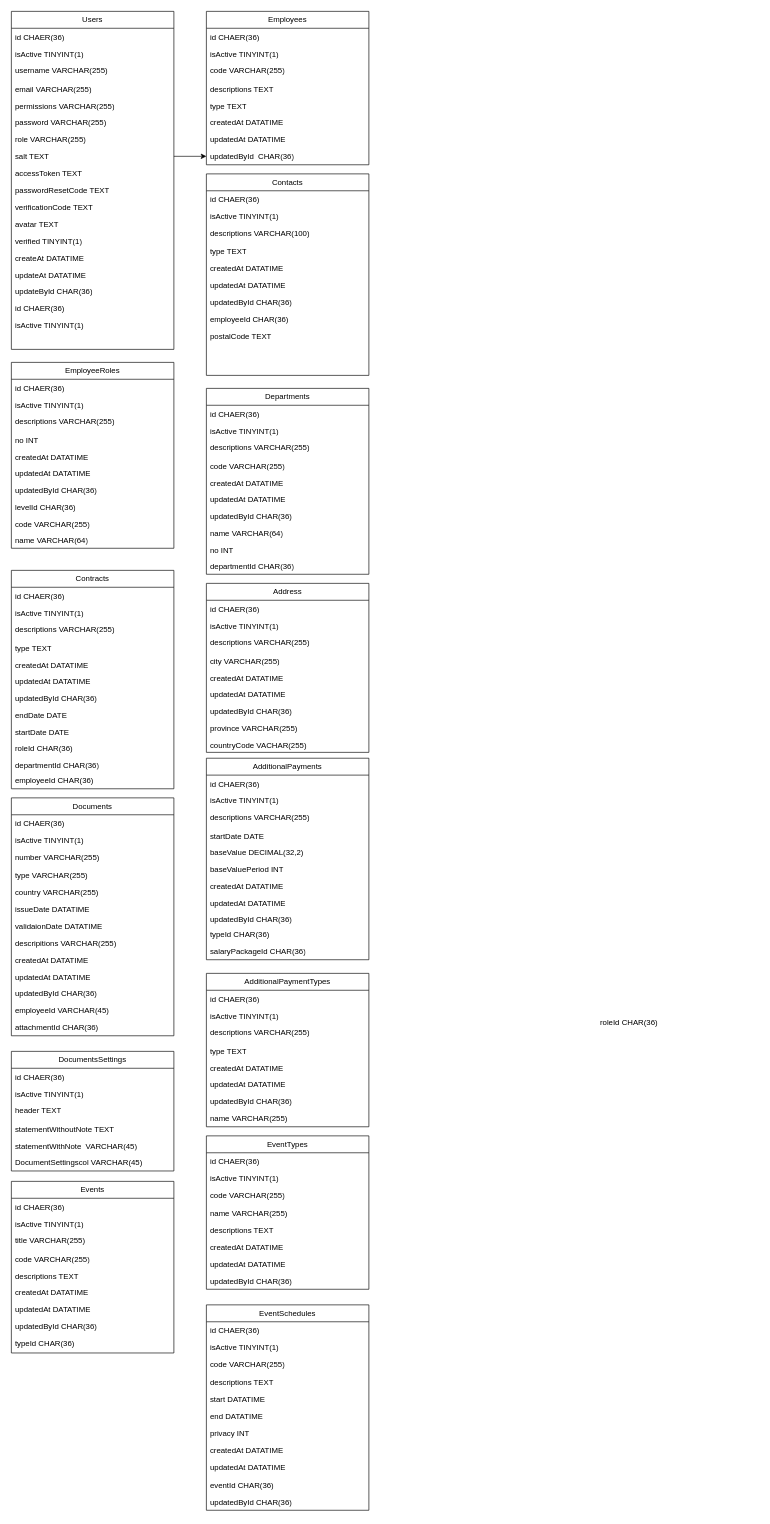
This is page "Diagrama de dados" (1 of 3) of data/docs.drawio from Hiperbite/nova_rh_srv, a draw.io file, before an edit. Source tidied: cells renumbered, new cells numbered last; positions are measured from the earlier drawing's top-left corner, leaving out a move shared by most shapes. Both pictures are drawn from the tidied source at 65%, with x=0, y=0 at pixel (11, 11).
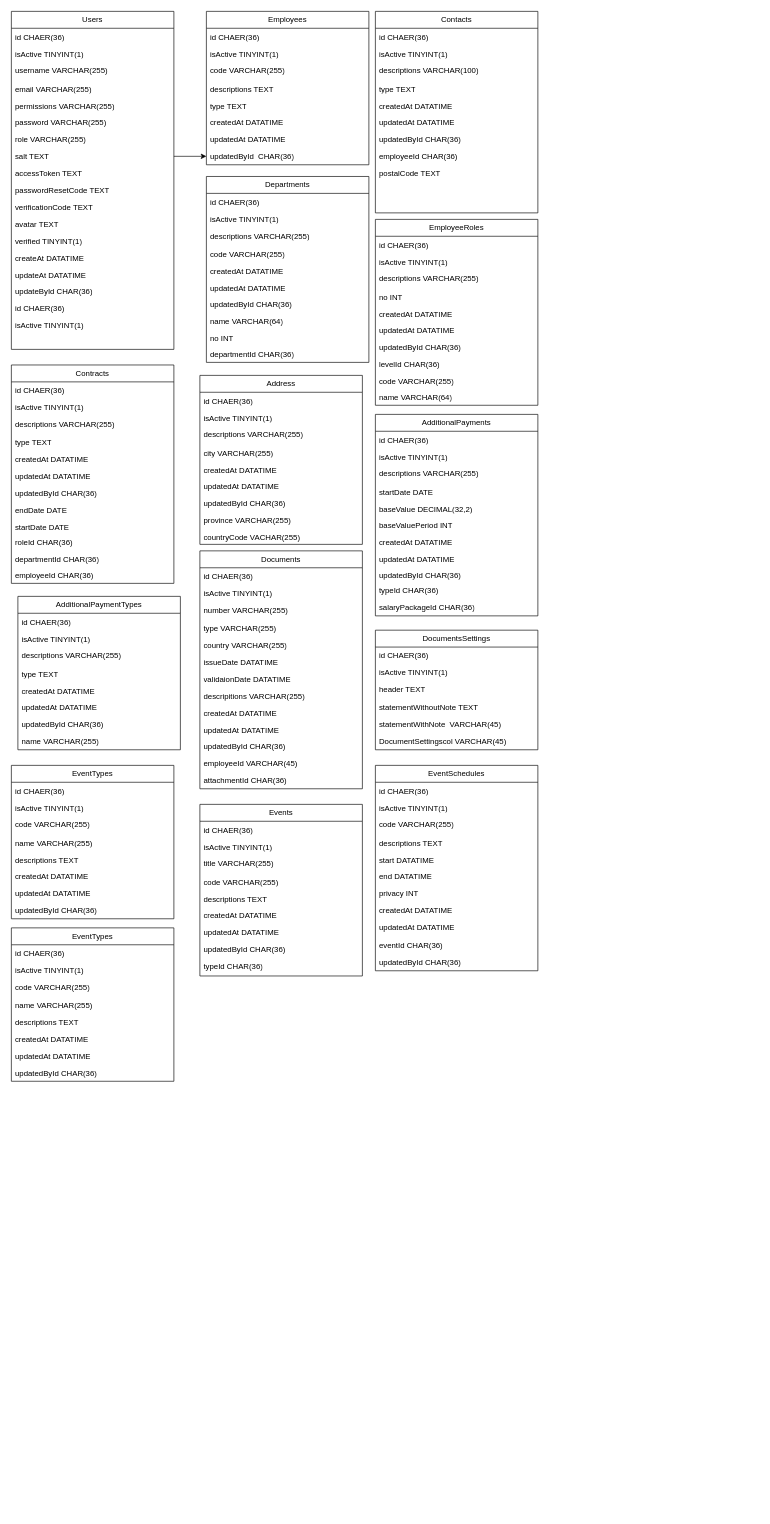
The same diagram, later.

What changed in the source:
```diff
@@
     <mxCell id="30" value="Contacts" style="swimlane;fontStyle=0;horizontal=1;startSize=26;fillColor=none;whiteSpace=wrap;html=1;" parent="1" vertex="1">
-      <mxGeometry x="300" y="250" width="250" height="310" as="geometry" />
+      <mxGeometry x="560" width="250" height="310" as="geometry" />
     </mxCell>
@@
     <mxCell id="41" value="EmployeeRoles" style="swimlane;fontStyle=0;horizontal=1;startSize=26;fillColor=none;whiteSpace=wrap;html=1;" parent="1" vertex="1">
-      <mxGeometry y="540" width="250" height="286" as="geometry" />
+      <mxGeometry x="560" y="320" width="250" height="286" as="geometry" />
     </mxCell>
@@
     <mxCell id="52" value="Departments" style="swimlane;fontStyle=0;horizontal=1;startSize=26;fillColor=none;whiteSpace=wrap;html=1;" parent="1" vertex="1">
-      <mxGeometry x="300" y="580" width="250" height="286" as="geometry" />
+      <mxGeometry x="300" y="254" width="250" height="286" as="geometry" />
     </mxCell>
@@
     <mxCell id="63" value="Contracts" style="swimlane;fontStyle=0;horizontal=1;startSize=26;fillColor=none;whiteSpace=wrap;html=1;" parent="1" vertex="1">
-      <mxGeometry y="860" width="250" height="336" as="geometry" />
+      <mxGeometry y="544" width="250" height="336" as="geometry" />
     </mxCell>
@@
     <mxCell id="76" value="Address" style="swimlane;fontStyle=0;horizontal=1;startSize=26;fillColor=none;whiteSpace=wrap;html=1;" parent="1" vertex="1">
-      <mxGeometry x="300" y="880" width="250" height="260" as="geometry" />
+      <mxGeometry x="290" y="560" width="250" height="260" as="geometry" />
     </mxCell>
@@
     <mxCell id="86" value="AdditionalPaymentTypes" style="swimlane;fontStyle=0;horizontal=1;startSize=26;fillColor=none;whiteSpace=wrap;html=1;" parent="1" vertex="1">
-      <mxGeometry x="300" y="1480" width="250" height="236" as="geometry" />
+      <mxGeometry x="10" y="900" width="250" height="236" as="geometry" />
     </mxCell>
@@
     <mxCell id="95" value="Documents" style="swimlane;fontStyle=0;horizontal=1;startSize=26;fillColor=none;whiteSpace=wrap;html=1;" parent="1" vertex="1">
-      <mxGeometry y="1210" width="250" height="366" as="geometry" />
+      <mxGeometry x="290" y="830" width="250" height="366" as="geometry" />
     </mxCell>
@@
     <mxCell id="109" value="AdditionalPayments" style="swimlane;fontStyle=0;horizontal=1;startSize=26;fillColor=none;whiteSpace=wrap;html=1;" parent="1" vertex="1">
-      <mxGeometry x="300" y="1149" width="250" height="310" as="geometry" />
+      <mxGeometry x="560" y="620" width="250" height="310" as="geometry" />
     </mxCell>
@@
-    <mxCell id="121" value="roleId CHAR(36)" style="text;strokeColor=none;fillColor=none;align=left;verticalAlign=top;spacingLeft=4;spacingRight=4;overflow=hidden;whiteSpace=wrap;html=1;shadow=0;" parent="1" vertex="1">
-      <mxGeometry x="900" y="1542" width="250" height="26" as="geometry" />
-    </mxCell>
     <mxCell id="122" value="DocumentsSettings" style="swimlane;fontStyle=0;horizontal=1;startSize=26;fillColor=none;whiteSpace=wrap;html=1;" parent="1" vertex="1">
-      <mxGeometry y="1600" width="250" height="184" as="geometry" />
+      <mxGeometry x="560" y="952" width="250" height="184" as="geometry" />
     </mxCell>
@@
     <mxCell id="129" value="EventTypes" style="swimlane;fontStyle=0;horizontal=1;startSize=26;fillColor=none;whiteSpace=wrap;html=1;" parent="1" vertex="1">
-      <mxGeometry x="300" y="1730" width="250" height="236" as="geometry" />
+      <mxGeometry y="1160" width="250" height="236" as="geometry" />
     </mxCell>
@@
     <mxCell id="138" value="Events" style="swimlane;fontStyle=0;horizontal=1;startSize=26;fillColor=none;whiteSpace=wrap;html=1;" parent="1" vertex="1">
-      <mxGeometry y="1800" width="250" height="264" as="geometry" />
+      <mxGeometry x="290" y="1220" width="250" height="264" as="geometry" />
     </mxCell>
@@
     <mxCell id="148" value="EventSchedules" style="swimlane;fontStyle=0;horizontal=1;startSize=26;fillColor=none;whiteSpace=wrap;html=1;" parent="1" vertex="1">
-      <mxGeometry x="300" y="1990" width="250" height="316" as="geometry" />
+      <mxGeometry x="560" y="1160" width="250" height="316" as="geometry" />
     </mxCell>
@@
+    <mxCell id="160" value="EventTypes" style="swimlane;fontStyle=0;horizontal=1;startSize=26;fillColor=none;whiteSpace=wrap;html=1;" parent="1" vertex="1">
+      <mxGeometry y="1410" width="250" height="236" as="geometry" />
+    </mxCell>
+    <mxCell id="161" value="id CHAER(36)" style="text;strokeColor=none;fillColor=none;align=left;verticalAlign=top;spacingLeft=4;spacingRight=4;overflow=hidden;whiteSpace=wrap;html=1;shadow=0;" parent="160" vertex="1">
+      <mxGeometry y="26" width="250" height="26" as="geometry" />
+    </mxCell>
+    <mxCell id="162" value="isActive TINYINT(1)" style="text;strokeColor=none;fillColor=none;align=left;verticalAlign=top;spacingLeft=4;spacingRight=4;overflow=hidden;whiteSpace=wrap;html=1;shadow=0;" parent="160" vertex="1">
+      <mxGeometry y="52" width="250" height="26" as="geometry" />
+    </mxCell>
+    <mxCell id="163" value="code VARCHAR(255)" style="text;strokeColor=none;fillColor=none;align=left;verticalAlign=top;spacingLeft=4;spacingRight=4;overflow=hidden;whiteSpace=wrap;html=1;shadow=0;" parent="160" vertex="1">
+      <mxGeometry y="78" width="250" height="28" as="geometry" />
+    </mxCell>
+    <mxCell id="164" value="name VARCHAR(255)" style="text;strokeColor=none;fillColor=none;align=left;verticalAlign=top;spacingLeft=4;spacingRight=4;overflow=hidden;whiteSpace=wrap;html=1;shadow=0;" parent="160" vertex="1">
+      <mxGeometry y="106" width="250" height="26" as="geometry" />
+    </mxCell>
+    <mxCell id="165" value="descriptions TEXT" style="text;strokeColor=none;fillColor=none;align=left;verticalAlign=top;spacingLeft=4;spacingRight=4;overflow=hidden;whiteSpace=wrap;html=1;shadow=0;" parent="160" vertex="1">
+      <mxGeometry y="132" width="250" height="26" as="geometry" />
+    </mxCell>
+    <mxCell id="166" value="createdAt DATATIME" style="text;strokeColor=none;fillColor=none;align=left;verticalAlign=top;spacingLeft=4;spacingRight=4;overflow=hidden;whiteSpace=wrap;html=1;shadow=0;" parent="160" vertex="1">
+      <mxGeometry y="158" width="250" height="26" as="geometry" />
+    </mxCell>
+    <mxCell id="167" value="updatedAt DATATIME" style="text;strokeColor=none;fillColor=none;align=left;verticalAlign=top;spacingLeft=4;spacingRight=4;overflow=hidden;whiteSpace=wrap;html=1;shadow=0;" parent="160" vertex="1">
+      <mxGeometry y="184" width="250" height="26" as="geometry" />
+    </mxCell>
+    <mxCell id="168" value="updatedById CHAR(36)" style="text;strokeColor=none;fillColor=none;align=left;verticalAlign=top;spacingLeft=4;spacingRight=4;overflow=hidden;whiteSpace=wrap;html=1;shadow=0;" parent="160" vertex="1">
+      <mxGeometry y="210" width="250" height="26" as="geometry" />
+    </mxCell>
```
